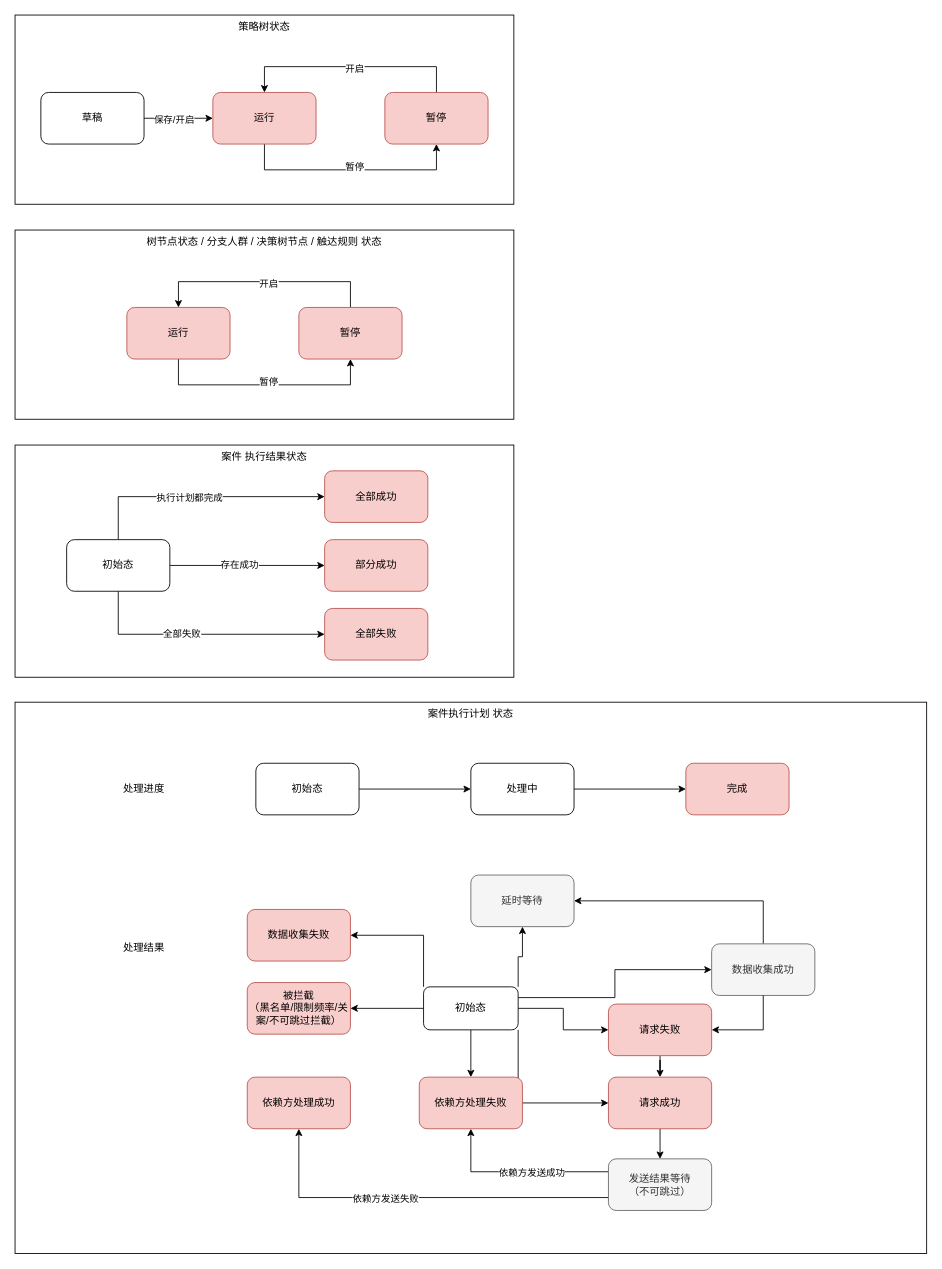
Before: page "状态机设计" (4 of 6) of 运营决策系统设计.drawio in ABIN-DS/flowchart, a draw.io diagram. Source tidied: cells renumbered, new cells numbered last; positions are measured from the earlier drawing's top-left corner, leaving out a move shared by most shapes. Both pictures are drawn from the tidied source at 86%, with x=0, y=0 at pixel (15, 15).
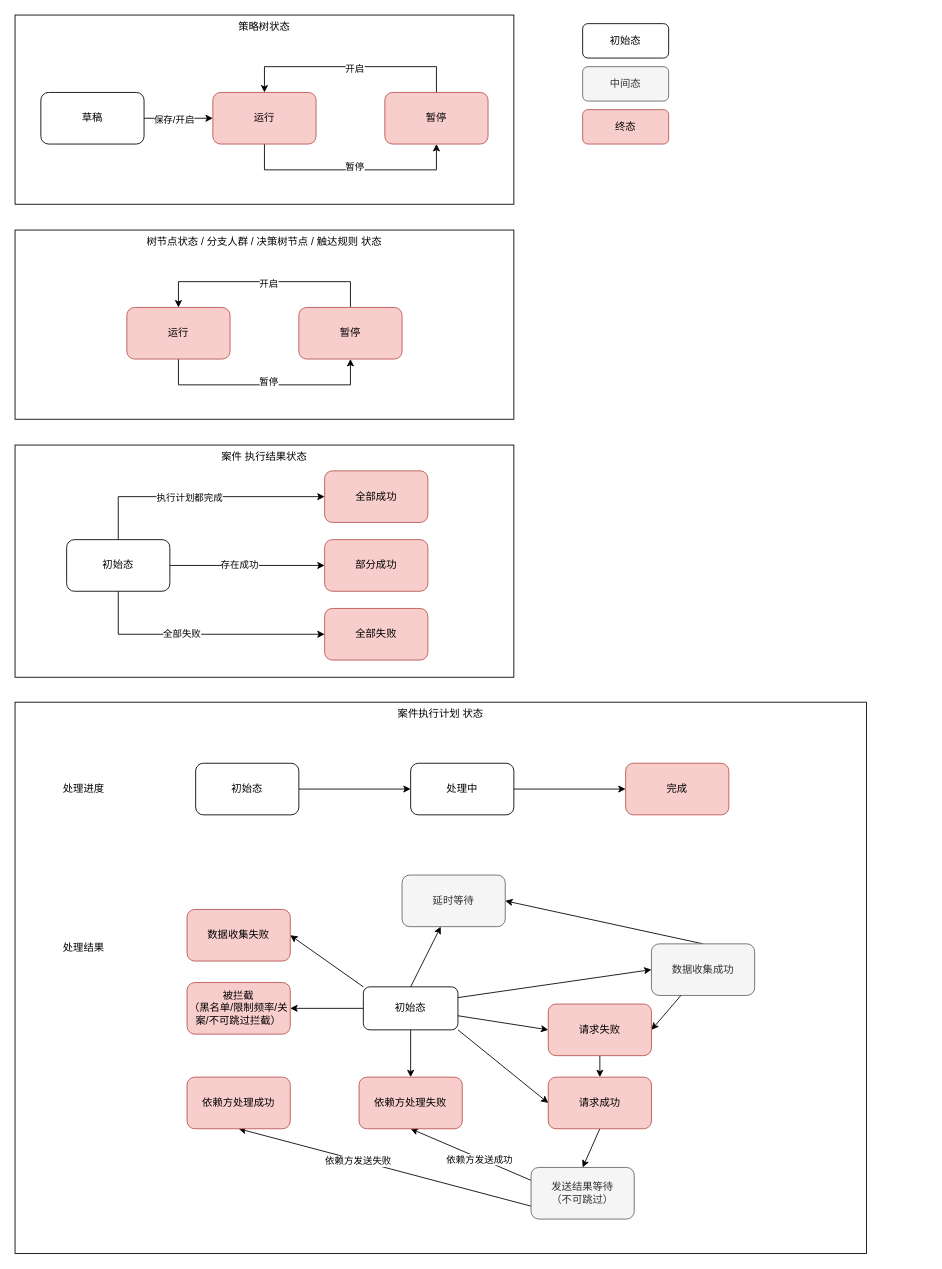
The same page after the edit.

The edit, as a diff of the source:
```diff
@@
     <mxCell id="30" value="案件执行计划 状态" style="rounded=0;whiteSpace=wrap;html=1;verticalAlign=top;" parent="1" vertex="1">
-      <mxGeometry y="799" width="1060" height="641" as="geometry" />
+      <mxGeometry y="799" width="990" height="641" as="geometry" />
     </mxCell>
@@
     <mxCell id="32" value="初始态" style="rounded=1;whiteSpace=wrap;html=1;" parent="1" vertex="1">
-      <mxGeometry x="280" y="870" width="120" height="60" as="geometry" />
+      <mxGeometry x="210" y="870" width="120" height="60" as="geometry" />
     </mxCell>
@@
     <mxCell id="34" value="处理中" style="rounded=1;whiteSpace=wrap;html=1;" parent="1" vertex="1">
-      <mxGeometry x="530" y="870" width="120" height="60" as="geometry" />
+      <mxGeometry x="460" y="870" width="120" height="60" as="geometry" />
     </mxCell>
     <mxCell id="35" value="完成" style="rounded=1;whiteSpace=wrap;html=1;fillColor=#f8cecc;strokeColor=#b85450;" parent="1" vertex="1">
-      <mxGeometry x="780" y="870" width="120" height="60" as="geometry" />
+      <mxGeometry x="710" y="870" width="120" height="60" as="geometry" />
     </mxCell>
     <mxCell id="36" value="处理进度" style="text;html=1;strokeColor=none;fillColor=none;align=center;verticalAlign=middle;whiteSpace=wrap;rounded=0;" parent="1" vertex="1">
-      <mxGeometry x="120" y="885" width="60" height="30" as="geometry" />
+      <mxGeometry x="50" y="885" width="60" height="30" as="geometry" />
     </mxCell>
     <mxCell id="37" value="处理结果" style="text;html=1;strokeColor=none;fillColor=none;align=center;verticalAlign=middle;whiteSpace=wrap;rounded=0;" parent="1" vertex="1">
-      <mxGeometry x="120" y="1070" width="60" height="30" as="geometry" />
+      <mxGeometry x="50" y="1070" width="60" height="30" as="geometry" />
     </mxCell>
-    <mxCell id="38" style="edgeStyle=orthogonalEdgeStyle;rounded=0;jettySize=auto;html=1;entryX=1;entryY=0.5;entryDx=0;entryDy=0;exitX=0;exitY=0;exitDx=0;exitDy=0;" parent="1" edge="1" source="45" target="46">
+    <mxCell id="38" style="rounded=0;jettySize=auto;html=1;entryX=1;entryY=0.5;entryDx=0;entryDy=0;exitX=0;exitY=0;exitDx=0;exitDy=0;" parent="1" edge="1" source="45" target="46">
       <mxGeometry relative="1" as="geometry" />
     </mxCell>
-    <mxCell id="39" style="edgeStyle=orthogonalEdgeStyle;rounded=0;jettySize=auto;html=1;entryX=0;entryY=0.5;entryDx=0;entryDy=0;exitX=1;exitY=0.25;exitDx=0;exitDy=0;" parent="1" edge="1" source="45" target="49">
+    <mxCell id="39" style="rounded=0;jettySize=auto;html=1;entryX=0;entryY=0.5;entryDx=0;entryDy=0;exitX=1;exitY=0.25;exitDx=0;exitDy=0;" parent="1" edge="1" source="45" target="49">
       <mxGeometry relative="1" as="geometry" />
     </mxCell>
-    <mxCell id="40" style="edgeStyle=orthogonalEdgeStyle;rounded=0;jettySize=auto;html=1;entryX=0;entryY=0.5;entryDx=0;entryDy=0;" parent="1" edge="1" source="45" target="62">
+    <mxCell id="40" style="rounded=0;jettySize=auto;html=1;entryX=0;entryY=0.5;entryDx=0;entryDy=0;" parent="1" edge="1" source="45" target="62">
       <mxGeometry relative="1" as="geometry" />
     </mxCell>
-    <mxCell id="41" style="edgeStyle=orthogonalEdgeStyle;rounded=0;jettySize=auto;html=1;entryX=0;entryY=0.5;entryDx=0;entryDy=0;exitX=1;exitY=1;exitDx=0;exitDy=0;" parent="1" edge="1" source="45" target="50">
+    <mxCell id="41" style="rounded=0;jettySize=auto;html=1;entryX=0;entryY=0.5;entryDx=0;entryDy=0;exitX=1;exitY=1;exitDx=0;exitDy=0;" parent="1" edge="1" source="45" target="50">
       <mxGeometry relative="1" as="geometry" />
     </mxCell>
-    <mxCell id="42" style="edgeStyle=orthogonalEdgeStyle;rounded=0;jettySize=auto;html=1;exitX=0.5;exitY=1;exitDx=0;exitDy=0;entryX=0.5;entryY=0;entryDx=0;entryDy=0;" parent="1" edge="1" source="50" target="57">
+    <mxCell id="42" style="rounded=0;jettySize=auto;html=1;exitX=0.5;exitY=1;exitDx=0;exitDy=0;entryX=0.5;entryY=0;entryDx=0;entryDy=0;" parent="1" edge="1" source="50" target="57">
       <mxGeometry relative="1" as="geometry" />
     </mxCell>
-    <mxCell id="43" style="edgeStyle=orthogonalEdgeStyle;rounded=0;jettySize=auto;html=1;exitX=0;exitY=0.5;exitDx=0;exitDy=0;entryX=1;entryY=0.5;entryDx=0;entryDy=0;" parent="1" edge="1" source="45" target="58">
+    <mxCell id="43" style="rounded=0;jettySize=auto;html=1;exitX=0;exitY=0.5;exitDx=0;exitDy=0;entryX=1;entryY=0.5;entryDx=0;entryDy=0;" parent="1" edge="1" source="45" target="58">
       <mxGeometry relative="1" as="geometry" />
     </mxCell>
-    <mxCell id="44" style="edgeStyle=orthogonalEdgeStyle;rounded=0;jettySize=auto;html=1;exitX=0.5;exitY=1;exitDx=0;exitDy=0;" parent="1" edge="1" source="45" target="59">
+    <mxCell id="44" style="rounded=0;jettySize=auto;html=1;exitX=0.5;exitY=1;exitDx=0;exitDy=0;" parent="1" edge="1" source="45" target="59">
       <mxGeometry relative="1" as="geometry" />
     </mxCell>
     <mxCell id="45" value="初始态" style="rounded=1;whiteSpace=wrap;html=1;" parent="1" vertex="1">
-      <mxGeometry x="475" y="1130" width="110" height="50" as="geometry" />
+      <mxGeometry x="405" y="1130" width="110" height="50" as="geometry" />
     </mxCell>
     <mxCell id="46" value="数据收集失败" style="rounded=1;whiteSpace=wrap;html=1;fillColor=#f8cecc;strokeColor=#b85450;" parent="1" vertex="1">
-      <mxGeometry x="270" y="1040" width="120" height="60" as="geometry" />
+      <mxGeometry x="200" y="1040" width="120" height="60" as="geometry" />
     </mxCell>
-    <mxCell id="47" style="edgeStyle=orthogonalEdgeStyle;rounded=0;jettySize=auto;html=1;entryX=0.5;entryY=0;entryDx=0;entryDy=0;" parent="1" edge="1" source="62" target="50">
+    <mxCell id="47" style="rounded=0;jettySize=auto;html=1;entryX=0.5;entryY=0;entryDx=0;entryDy=0;" parent="1" edge="1" source="62" target="50">
       <mxGeometry relative="1" as="geometry" />
     </mxCell>
-    <mxCell id="48" style="edgeStyle=orthogonalEdgeStyle;rounded=0;jettySize=auto;html=1;entryX=1;entryY=0.5;entryDx=0;entryDy=0;exitX=0.5;exitY=0;exitDx=0;exitDy=0;" parent="1" edge="1" source="49" target="55">
+    <mxCell id="48" style="rounded=0;jettySize=auto;html=1;entryX=1;entryY=0.5;entryDx=0;entryDy=0;exitX=0.5;exitY=0;exitDx=0;exitDy=0;" parent="1" edge="1" source="49" target="55">
       <mxGeometry relative="1" as="geometry" />
     </mxCell>
     <mxCell id="49" value="数据收集成功" style="rounded=1;whiteSpace=wrap;html=1;fillColor=#f5f5f5;fontColor=#333333;strokeColor=#666666;" parent="1" vertex="1">
-      <mxGeometry x="810" y="1080" width="120" height="60" as="geometry" />
+      <mxGeometry x="740" y="1080" width="120" height="60" as="geometry" />
     </mxCell>
     <mxCell id="50" value="请求成功" style="rounded=1;whiteSpace=wrap;html=1;fillColor=#f8cecc;strokeColor=#b85450;" parent="1" vertex="1">
-      <mxGeometry x="690" y="1235" width="120" height="60" as="geometry" />
+      <mxGeometry x="620" y="1235" width="120" height="60" as="geometry" />
     </mxCell>
-    <mxCell id="51" style="edgeStyle=orthogonalEdgeStyle;rounded=0;jettySize=auto;html=1;exitX=0;exitY=0.25;exitDx=0;exitDy=0;entryX=0.5;entryY=1;entryDx=0;entryDy=0;" parent="1" edge="1" source="57" target="59">
+    <mxCell id="51" style="rounded=0;jettySize=auto;html=1;exitX=0;exitY=0.25;exitDx=0;exitDy=0;entryX=0.5;entryY=1;entryDx=0;entryDy=0;" parent="1" edge="1" source="57" target="59">
       <mxGeometry relative="1" as="geometry" />
     </mxCell>
@@
-    <mxCell id="53" style="edgeStyle=orthogonalEdgeStyle;rounded=0;jettySize=auto;html=1;exitX=0;exitY=0.75;exitDx=0;exitDy=0;entryX=0.5;entryY=1;entryDx=0;entryDy=0;" parent="1" edge="1" source="57" target="60">
+    <mxCell id="53" style="rounded=0;jettySize=auto;html=1;exitX=0;exitY=0.75;exitDx=0;exitDy=0;entryX=0.5;entryY=1;entryDx=0;entryDy=0;" parent="1" edge="1" source="57" target="60">
       <mxGeometry relative="1" as="geometry" />
     </mxCell>
@@
     <mxCell id="55" value="延时等待" style="rounded=1;whiteSpace=wrap;html=1;fillColor=#f5f5f5;fontColor=#333333;strokeColor=#666666;" parent="1" vertex="1">
-      <mxGeometry x="530" y="1000" width="120" height="60" as="geometry" />
+      <mxGeometry x="450" y="1000" width="120" height="60" as="geometry" />
     </mxCell>
-    <mxCell id="56" style="edgeStyle=orthogonalEdgeStyle;rounded=0;jettySize=auto;html=1;exitX=1;exitY=0;exitDx=0;exitDy=0;" parent="1" edge="1" source="45" target="55">
+    <mxCell id="56" style="rounded=0;jettySize=auto;html=1;exitX=0.5;exitY=0;exitDx=0;exitDy=0;" parent="1" edge="1" source="45" target="55">
       <mxGeometry relative="1" as="geometry" />
     </mxCell>
     <mxCell id="57" value="发送结果等待&lt;br&gt;（不可跳过）" style="rounded=1;whiteSpace=wrap;html=1;fillColor=#f5f5f5;fontColor=#333333;strokeColor=#666666;" parent="1" vertex="1">
-      <mxGeometry x="690" y="1330" width="120" height="60" as="geometry" />
+      <mxGeometry x="600" y="1340" width="120" height="60" as="geometry" />
     </mxCell>
     <mxCell id="58" value="被拦截&lt;br&gt;（黑名单/限制频率/关案/不可跳过拦截）" style="rounded=1;whiteSpace=wrap;html=1;fillColor=#f8cecc;strokeColor=#b85450;" parent="1" vertex="1">
-      <mxGeometry x="270" y="1125" width="120" height="60" as="geometry" />
+      <mxGeometry x="200" y="1125" width="120" height="60" as="geometry" />
     </mxCell>
     <mxCell id="59" value="依赖方处理失败" style="rounded=1;whiteSpace=wrap;html=1;fillColor=#f8cecc;strokeColor=#b85450;" parent="1" vertex="1">
-      <mxGeometry x="470" y="1235" width="120" height="60" as="geometry" />
+      <mxGeometry x="400" y="1235" width="120" height="60" as="geometry" />
     </mxCell>
     <mxCell id="60" value="依赖方处理成功" style="rounded=1;whiteSpace=wrap;html=1;fillColor=#f8cecc;strokeColor=#b85450;" parent="1" vertex="1">
-      <mxGeometry x="270" y="1235" width="120" height="60" as="geometry" />
+      <mxGeometry x="200" y="1235" width="120" height="60" as="geometry" />
     </mxCell>
-    <mxCell id="61" style="edgeStyle=orthogonalEdgeStyle;rounded=0;jettySize=auto;html=1;entryX=1;entryY=0.5;entryDx=0;entryDy=0;" parent="1" edge="1" source="49" target="62">
+    <mxCell id="61" style="rounded=0;jettySize=auto;html=1;entryX=1;entryY=0.5;entryDx=0;entryDy=0;" parent="1" edge="1" source="49" target="62">
       <mxGeometry relative="1" as="geometry" />
     </mxCell>
     <mxCell id="62" value="请求失败" style="rounded=1;whiteSpace=wrap;html=1;fillColor=#f8cecc;strokeColor=#b85450;" parent="1" vertex="1">
-      <mxGeometry x="690" y="1150" width="120" height="60" as="geometry" />
+      <mxGeometry x="620" y="1150" width="120" height="60" as="geometry" />
     </mxCell>
+    <mxCell id="63" value="初始态" style="rounded=1;whiteSpace=wrap;html=1;" parent="1" vertex="1">
+      <mxGeometry x="660" y="10" width="100" height="40" as="geometry" />
+    </mxCell>
+    <mxCell id="64" value="终态" style="rounded=1;whiteSpace=wrap;html=1;fillColor=#f8cecc;strokeColor=#b85450;" parent="1" vertex="1">
+      <mxGeometry x="660" y="110" width="100" height="40" as="geometry" />
+    </mxCell>
+    <mxCell id="65" value="中间态" style="rounded=1;whiteSpace=wrap;html=1;fillColor=#f5f5f5;fontColor=#333333;strokeColor=#666666;" parent="1" vertex="1">
+      <mxGeometry x="660" y="60" width="100" height="40" as="geometry" />
+    </mxCell>
```
